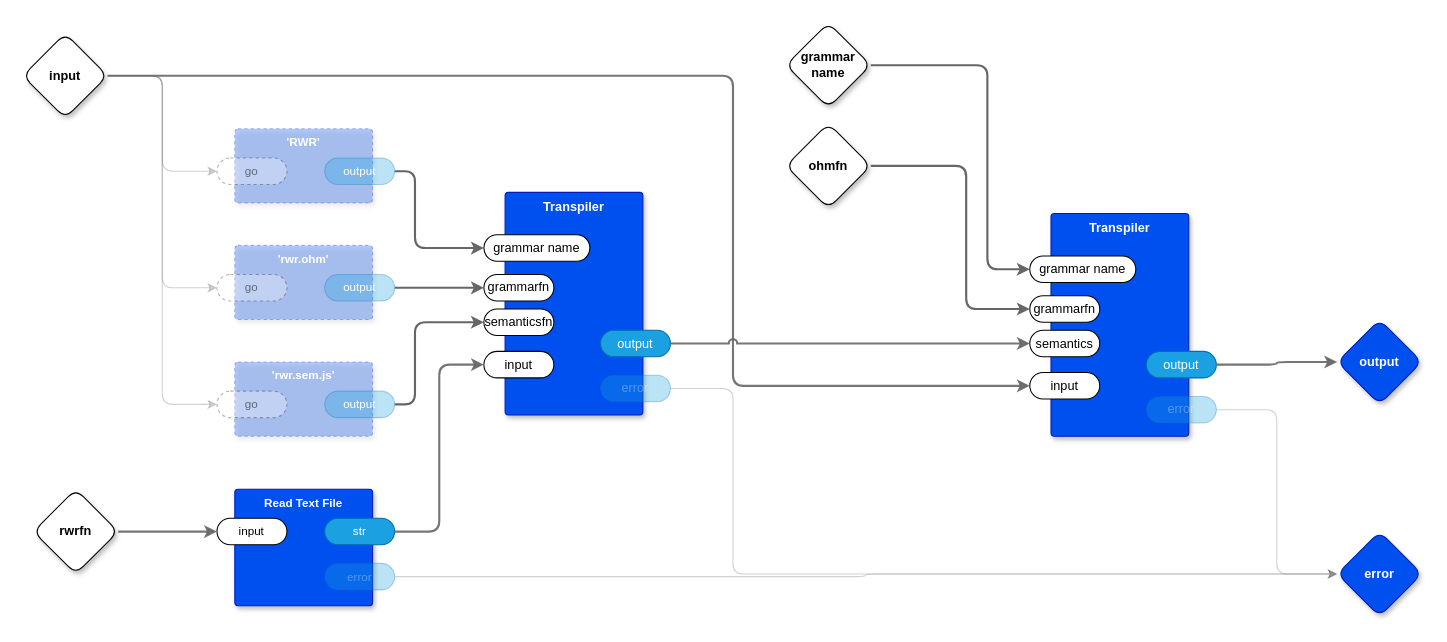
Above: page "Rewriter" (5 of 11) of loop-syntax.drawio in guitarvydas/loop-syntax (draw.io), before the change. Source tidied: cells renumbered, new cells numbered last; positions are measured from the earlier drawing's top-left corner, leaving out a move shared by most shapes. Both pictures are drawn from the tidied source at 106%, with x=0, y=0 at pixel (22, 22).
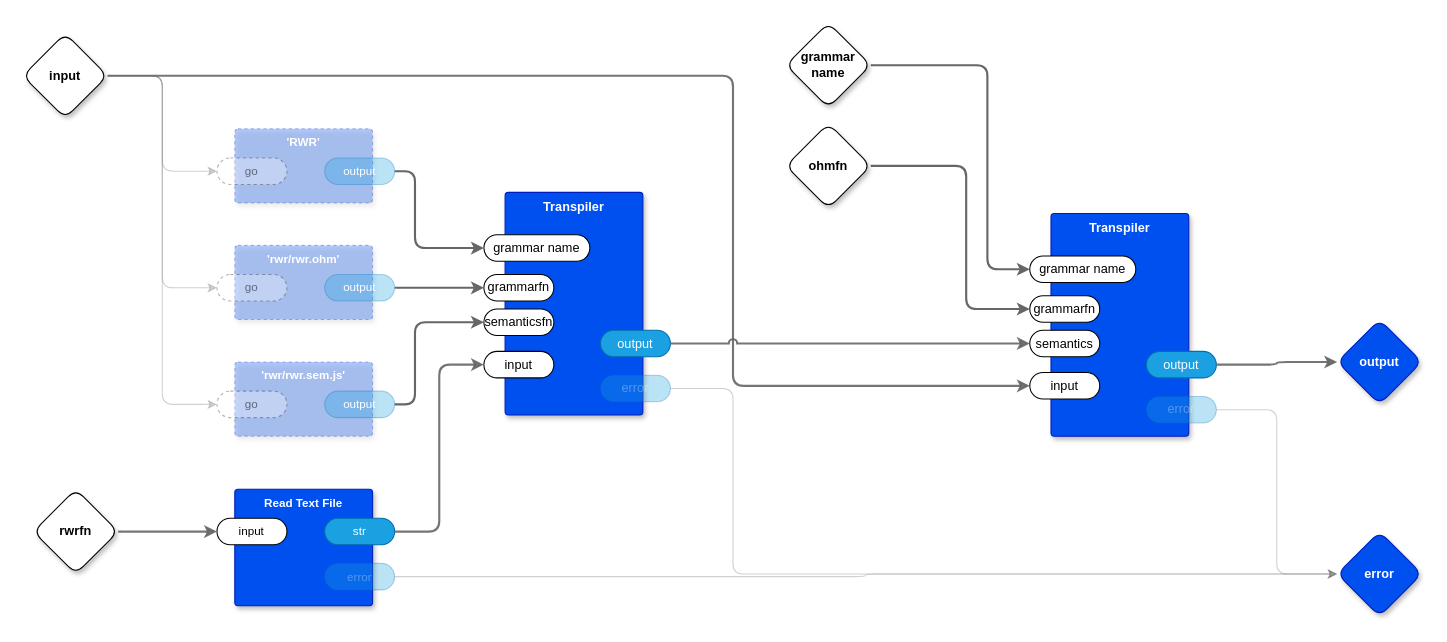
The same page after the edit.

Change to the diagram source:
```diff
@@
-    <mxCell id="19" value="'rwr.ohm'" style="rounded=1;whiteSpace=wrap;html=1;sketch=0;verticalAlign=top;arcSize=6;fontStyle=1;absoluteArcSize=1;shadow=1;strokeColor=#001DBC;fillColor=#0050ef;fontColor=#ffffff;fontFamily=Helvetica;fontSize=11;dashed=1;opacity=30;" parent="1" vertex="1">
+    <mxCell id="19" value="'rwr/rwr.ohm'" style="rounded=1;whiteSpace=wrap;html=1;sketch=0;verticalAlign=top;arcSize=6;fontStyle=1;absoluteArcSize=1;shadow=1;strokeColor=#001DBC;fillColor=#0050ef;fontColor=#ffffff;fontFamily=Helvetica;fontSize=11;dashed=1;opacity=30;" parent="1" vertex="1">
       <mxGeometry x="200" y="210" width="130" height="70" as="geometry" />
     </mxCell>
@@
-    <mxCell id="22" value="'rwr.sem.js'" style="rounded=1;whiteSpace=wrap;html=1;sketch=0;verticalAlign=top;arcSize=6;fontStyle=1;absoluteArcSize=1;shadow=1;strokeColor=#001DBC;fillColor=#0050ef;fontColor=#ffffff;fontFamily=Helvetica;fontSize=11;dashed=1;opacity=30;" parent="1" vertex="1">
+    <mxCell id="22" value="'rwr/rwr.sem.js'" style="rounded=1;whiteSpace=wrap;html=1;sketch=0;verticalAlign=top;arcSize=6;fontStyle=1;absoluteArcSize=1;shadow=1;strokeColor=#001DBC;fillColor=#0050ef;fontColor=#ffffff;fontFamily=Helvetica;fontSize=11;dashed=1;opacity=30;" parent="1" vertex="1">
       <mxGeometry x="200" y="320" width="130" height="70" as="geometry" />
     </mxCell>
```
